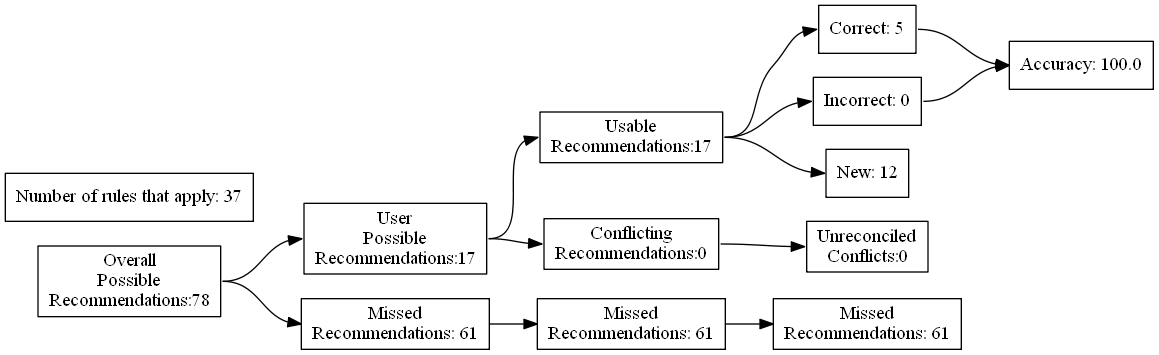
Earlier version of the Graphviz export test_renders/80.gv.png (ZaxR/ibd_diet_analysis). Its source is kept beside it as test_renders/80.gv.
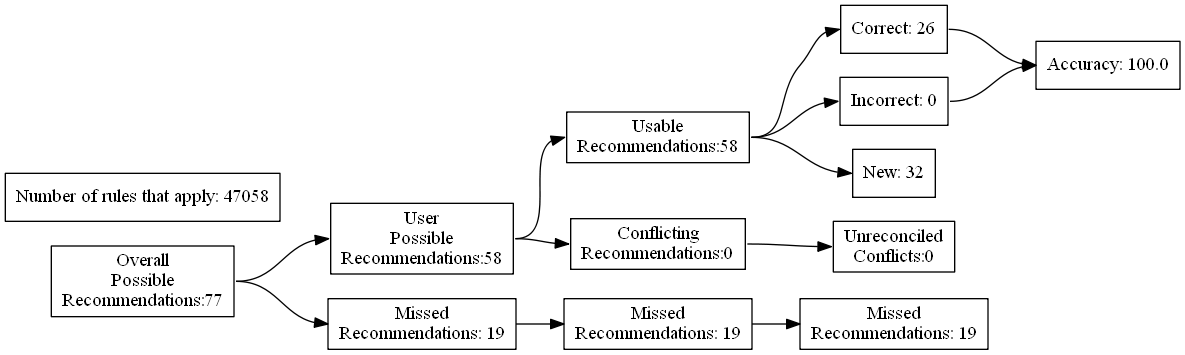
After the commit.

The edit, as a diff of the source:
```diff
@@ -4,27 +4,27 @@
 	edge [headport=w tailport=e]
 		A [label="Overall
 Possible
-Recommendations:78"]
+Recommendations:77"]
 		B [label="User
 Possible
-Recommendations:17"]
+Recommendations:58"]
 		C [label="Missed
-Recommendations: 61"]
+Recommendations: 19"]
 		D [label="Usable
-Recommendations:17"]
+Recommendations:58"]
 		E [label="Conflicting
 Recommendations:0"]
 		J [label="Missed
-Recommendations: 61"]
+Recommendations: 19"]
 		M [label="Unreconciled
 Conflicts:0"]
-		F [label="Correct: 5"]
+		F [label="Correct: 26"]
 		G [label="Incorrect: 0"]
-		H [label="New: 12"]
+		H [label="New: 32"]
 		K [label="Missed
-Recommendations: 61"]
+Recommendations: 19"]
 		I [label="Accuracy: 100.0"]
-		l [label="Number of rules that apply: 37"]
+		l [label="Number of rules that apply: 47058"]
 			A -> B
 			A -> C
 			B -> D
```
